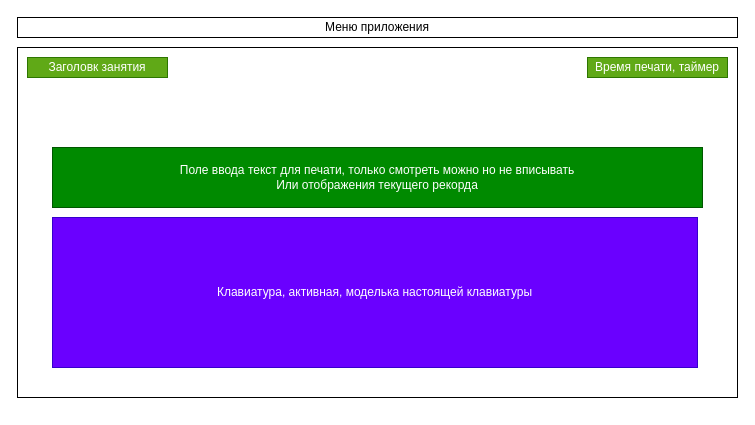
The draw.io diagram sh.drawio in Ostrovniy/05_StaminaPro, before the edit. Source tidied: cells renumbered, new cells numbered last; positions are measured from the earlier drawing's top-left corner, leaving out a move shared by most shapes. Both pictures are drawn from the tidied source at 100%, with x=0, y=0 at pixel (17, 17).
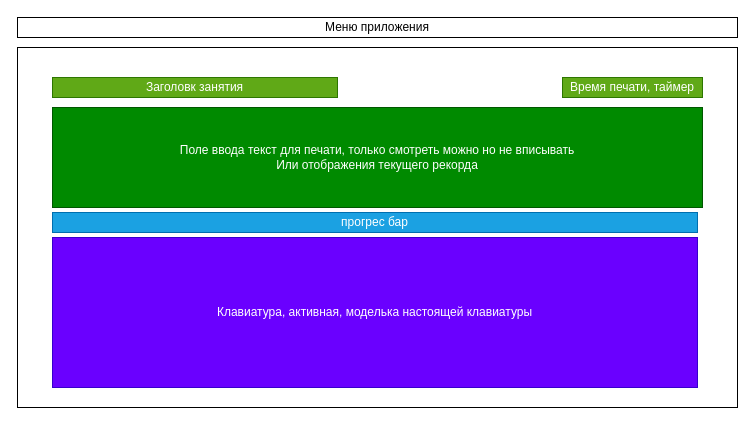
The same page after the edit.

Change to the diagram source:
```diff
@@
 <mxGraphModel>
   <root>
     <mxCell id="0" />
     <mxCell id="1" parent="0" />
     <mxCell id="2" style="whiteSpace=wrap;html=1;" parent="1" vertex="1">
-      <mxGeometry y="30" width="720" height="350" as="geometry" />
+      <mxGeometry y="30" width="720" height="360" as="geometry" />
     </mxCell>
     <mxCell id="3" value="Поле ввода текст для печати, только смотреть можно но не вписывать&lt;br&gt;Или отображения текущего рекорда" style="whiteSpace=wrap;html=1;fillColor=#008a00;fontColor=#ffffff;strokeColor=#005700;" parent="1" vertex="1">
-      <mxGeometry x="35" y="130" width="650" height="60" as="geometry" />
+      <mxGeometry x="35" y="90" width="650" height="100" as="geometry" />
     </mxCell>
     <mxCell id="4" value="Время печати, таймер" style="whiteSpace=wrap;html=1;fillColor=#60a917;fontColor=#ffffff;strokeColor=#2D7600;" parent="1" vertex="1">
-      <mxGeometry x="570" y="40" width="140" height="20" as="geometry" />
+      <mxGeometry x="545" y="60" width="140" height="20" as="geometry" />
     </mxCell>
     <mxCell id="5" value="Заголовк занятия" style="whiteSpace=wrap;html=1;fillColor=#60a917;fontColor=#ffffff;strokeColor=#2D7600;" parent="1" vertex="1">
-      <mxGeometry x="10" y="40" width="140" height="20" as="geometry" />
+      <mxGeometry x="35" y="60" width="285" height="20" as="geometry" />
     </mxCell>
     <mxCell id="6" value="Клавиатура, активная, моделька настоящей клавиатуры" style="whiteSpace=wrap;html=1;fillColor=#6a00ff;fontColor=#ffffff;strokeColor=#3700CC;" parent="1" vertex="1">
-      <mxGeometry x="35" y="200" width="645" height="150" as="geometry" />
+      <mxGeometry x="35" y="220" width="645" height="150" as="geometry" />
     </mxCell>
     <mxCell id="7" value="Меню приложения" style="whiteSpace=wrap;html=1;" parent="1" vertex="1">
       <mxGeometry width="720" height="20" as="geometry" />
     </mxCell>
+    <mxCell id="8" value="прогрес бар" style="whiteSpace=wrap;html=1;fillColor=#1ba1e2;fontColor=#ffffff;strokeColor=#006EAF;" parent="1" vertex="1">
+      <mxGeometry x="35" y="195" width="645" height="20" as="geometry" />
+    </mxCell>
   </root>
 </mxGraphModel>
```
